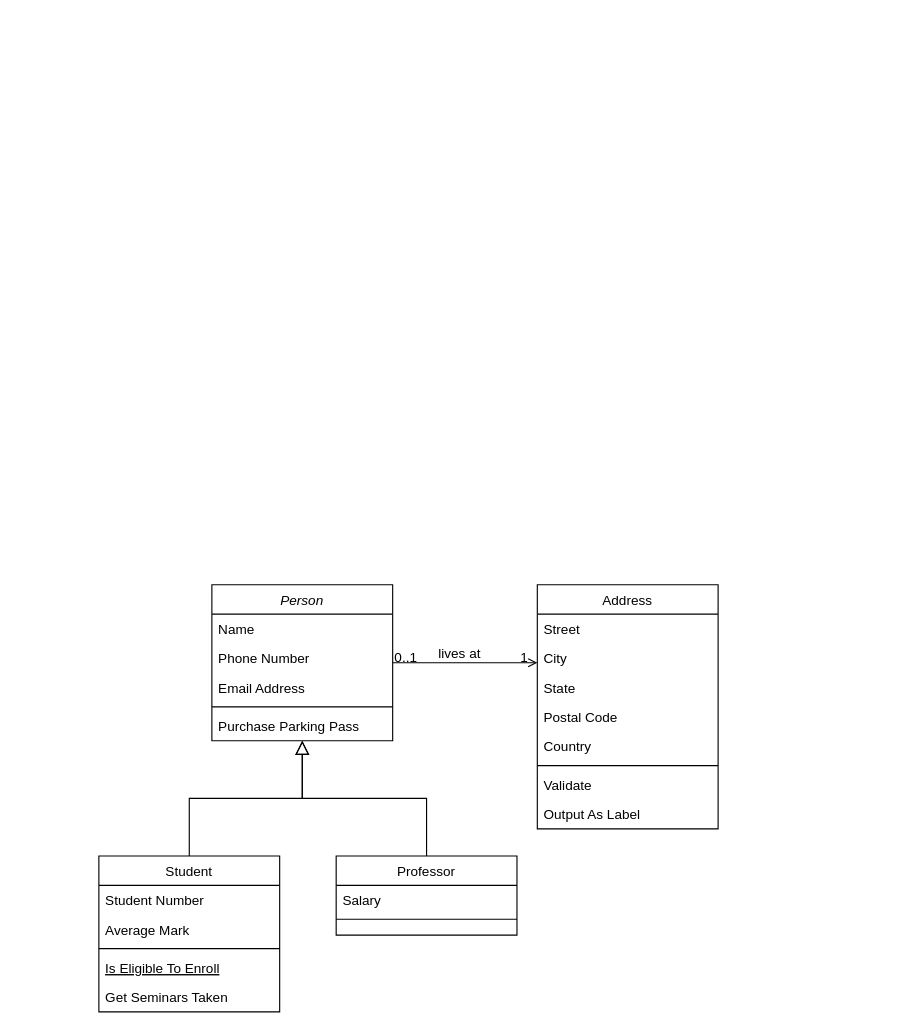
AlterCh/recetario keeps this draw.io diagram as src/Untitled Diagram.drawio. Above is the earlier version. Source tidied: cells renumbered, new cells numbered last; positions are measured from the earlier drawing's top-left corner, leaving out a move shared by most shapes. Both pictures are drawn from the tidied source at 113%, with x=0, y=0 at pixel (98, 584).
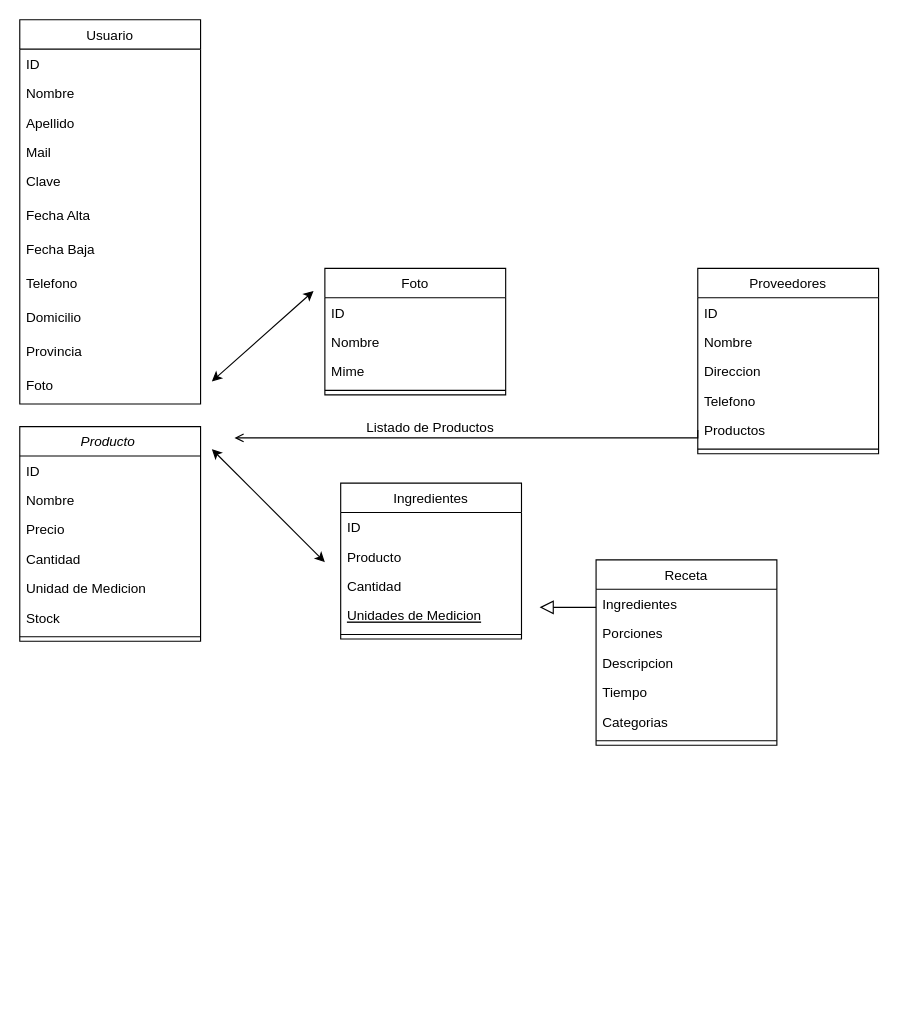
The same diagram, later.

Change to the diagram source:
```diff
@@
-    <mxCell id="2" value="Person" style="swimlane;fontStyle=2;align=center;verticalAlign=top;horizontal=1;startSize=26;rounded=0;shadow=0;strokeWidth=1;" parent="1" vertex="1">
-      <mxGeometry x="100" width="160" height="138" as="geometry" />
+    <mxCell id="2" value="Producto " style="swimlane;fontStyle=2;align=center;verticalAlign=top;horizontal=1;startSize=26;rounded=0;shadow=0;strokeWidth=1;" parent="1" vertex="1">
+      <mxGeometry x="-70" y="-140" width="160" height="190" as="geometry" />
     </mxCell>
-    <mxCell id="3" value="Name" style="text;align=left;verticalAlign=top;spacingLeft=4;spacingRight=4;overflow=hidden;" parent="2" vertex="1">
+    <mxCell id="3" value="ID" style="text;align=left;verticalAlign=top;spacingLeft=4;spacingRight=4;overflow=hidden;" parent="2" vertex="1">
       <mxGeometry y="26" width="160" height="26" as="geometry" />
     </mxCell>
-    <mxCell id="4" value="Phone Number" style="text;align=left;verticalAlign=top;spacingLeft=4;spacingRight=4;overflow=hidden;rounded=0;shadow=0;html=0;" parent="2" vertex="1">
+    <mxCell id="4" value="Nombre" style="text;align=left;verticalAlign=top;spacingLeft=4;spacingRight=4;overflow=hidden;rounded=0;shadow=0;html=0;" parent="2" vertex="1">
       <mxGeometry y="52" width="160" height="26" as="geometry" />
     </mxCell>
-    <mxCell id="5" value="Email Address" style="text;align=left;verticalAlign=top;spacingLeft=4;spacingRight=4;overflow=hidden;rounded=0;shadow=0;html=0;" parent="2" vertex="1">
+    <mxCell id="5" value="Precio" style="text;align=left;verticalAlign=top;spacingLeft=4;spacingRight=4;overflow=hidden;rounded=0;shadow=0;html=0;" parent="2" vertex="1">
       <mxGeometry y="78" width="160" height="26" as="geometry" />
     </mxCell>
+    <mxCell id="32" value="Cantidad" style="text;align=left;verticalAlign=top;spacingLeft=4;spacingRight=4;overflow=hidden;rounded=0;shadow=0;html=0;" parent="2" vertex="1">
+      <mxGeometry y="104" width="160" height="26" as="geometry" />
+    </mxCell>
+    <mxCell id="33" value="Unidad de Medicion" style="text;align=left;verticalAlign=top;spacingLeft=4;spacingRight=4;overflow=hidden;rounded=0;shadow=0;html=0;" parent="2" vertex="1">
+      <mxGeometry y="130" width="160" height="26" as="geometry" />
+    </mxCell>
+    <mxCell id="34" value="Stock" style="text;align=left;verticalAlign=top;spacingLeft=4;spacingRight=4;overflow=hidden;rounded=0;shadow=0;html=0;" parent="2" vertex="1">
+      <mxGeometry y="156" width="160" height="26" as="geometry" />
+    </mxCell>
     <mxCell id="6" style="line;html=1;strokeWidth=1;align=left;verticalAlign=middle;spacingTop=-1;spacingLeft=3;spacingRight=3;labelPosition=right;" parent="2" vertex="1">
-      <mxGeometry y="104" width="160" height="8" as="geometry" />
+      <mxGeometry y="182" width="160" height="8" as="geometry" />
     </mxCell>
-    <mxCell id="7" value="Purchase Parking Pass" style="text;align=left;verticalAlign=top;spacingLeft=4;spacingRight=4;overflow=hidden;" parent="2" vertex="1">
-      <mxGeometry y="112" width="160" height="26" as="geometry" />
-    </mxCell>
-    <mxCell id="8" value="Student" style="swimlane;fontStyle=0;align=center;verticalAlign=top;horizontal=1;startSize=26;rounded=0;shadow=0;strokeWidth=1;" parent="1" vertex="1">
-      <mxGeometry y="240" width="160" height="138" as="geometry" />
+    <mxCell id="8" value="Ingredientes" style="swimlane;fontStyle=0;align=center;verticalAlign=top;horizontal=1;startSize=26;rounded=0;shadow=0;strokeWidth=1;" parent="1" vertex="1">
+      <mxGeometry x="214" y="-90" width="160" height="138" as="geometry" />
     </mxCell>
-    <mxCell id="9" value="Student Number" style="text;align=left;verticalAlign=top;spacingLeft=4;spacingRight=4;overflow=hidden;" parent="8" vertex="1">
+    <mxCell id="9" value="ID&#10;" style="text;align=left;verticalAlign=top;spacingLeft=4;spacingRight=4;overflow=hidden;" parent="8" vertex="1">
       <mxGeometry y="26" width="160" height="26" as="geometry" />
     </mxCell>
-    <mxCell id="10" value="Average Mark" style="text;align=left;verticalAlign=top;spacingLeft=4;spacingRight=4;overflow=hidden;rounded=0;shadow=0;html=0;" parent="8" vertex="1">
+    <mxCell id="10" value="Producto" style="text;align=left;verticalAlign=top;spacingLeft=4;spacingRight=4;overflow=hidden;rounded=0;shadow=0;html=0;" parent="8" vertex="1">
       <mxGeometry y="52" width="160" height="26" as="geometry" />
     </mxCell>
+    <mxCell id="13" value="Cantidad" style="text;align=left;verticalAlign=top;spacingLeft=4;spacingRight=4;overflow=hidden;" parent="8" vertex="1">
+      <mxGeometry y="78" width="160" height="26" as="geometry" />
+    </mxCell>
+    <mxCell id="12" value="Unidades de Medicion" style="text;align=left;verticalAlign=top;spacingLeft=4;spacingRight=4;overflow=hidden;fontStyle=4;" parent="8" vertex="1">
+      <mxGeometry y="104" width="160" height="26" as="geometry" />
+    </mxCell>
     <mxCell id="11" style="line;html=1;strokeWidth=1;align=left;verticalAlign=middle;spacingTop=-1;spacingLeft=3;spacingRight=3;labelPosition=right;" parent="8" vertex="1">
-      <mxGeometry y="78" width="160" height="8" as="geometry" />
+      <mxGeometry y="130" width="160" height="8" as="geometry" />
     </mxCell>
-    <mxCell id="12" value="Is Eligible To Enroll" style="text;align=left;verticalAlign=top;spacingLeft=4;spacingRight=4;overflow=hidden;fontStyle=4;" parent="8" vertex="1">
-      <mxGeometry y="86" width="160" height="26" as="geometry" />
-    </mxCell>
-    <mxCell id="13" value="Get Seminars Taken" style="text;align=left;verticalAlign=top;spacingLeft=4;spacingRight=4;overflow=hidden;" parent="8" vertex="1">
-      <mxGeometry y="112" width="160" height="26" as="geometry" />
-    </mxCell>
-    <mxCell id="14" style="endArrow=block;endSize=10;endFill=0;shadow=0;strokeWidth=1;rounded=0;edgeStyle=elbowEdgeStyle;elbow=vertical;" parent="1" edge="1" source="8" target="2">
-      <mxGeometry relative="1" as="geometry" />
-    </mxCell>
-    <mxCell id="15" value="Professor" style="swimlane;fontStyle=0;align=center;verticalAlign=top;horizontal=1;startSize=26;rounded=0;shadow=0;strokeWidth=1;" parent="1" vertex="1">
-      <mxGeometry x="210" y="240" width="160" height="70" as="geometry" />
+    <mxCell id="15" value="Receta" style="swimlane;fontStyle=0;align=center;verticalAlign=top;horizontal=1;startSize=26;rounded=0;shadow=0;strokeWidth=1;" parent="1" vertex="1">
+      <mxGeometry x="440" y="-22" width="160" height="164" as="geometry" />
     </mxCell>
-    <mxCell id="16" value="Salary" style="text;align=left;verticalAlign=top;spacingLeft=4;spacingRight=4;overflow=hidden;" parent="15" vertex="1">
+    <mxCell id="16" value="Ingredientes" style="text;align=left;verticalAlign=top;spacingLeft=4;spacingRight=4;overflow=hidden;" parent="15" vertex="1">
       <mxGeometry y="26" width="160" height="26" as="geometry" />
     </mxCell>
+    <mxCell id="35" value="Porciones" style="text;align=left;verticalAlign=top;spacingLeft=4;spacingRight=4;overflow=hidden;" parent="15" vertex="1">
+      <mxGeometry y="52" width="160" height="26" as="geometry" />
+    </mxCell>
+    <mxCell id="36" value="Descripcion" style="text;align=left;verticalAlign=top;spacingLeft=4;spacingRight=4;overflow=hidden;" parent="15" vertex="1">
+      <mxGeometry y="78" width="160" height="26" as="geometry" />
+    </mxCell>
+    <mxCell id="37" value="Tiempo" style="text;align=left;verticalAlign=top;spacingLeft=4;spacingRight=4;overflow=hidden;" parent="15" vertex="1">
+      <mxGeometry y="104" width="160" height="26" as="geometry" />
+    </mxCell>
+    <mxCell id="38" value="Categorias" style="text;align=left;verticalAlign=top;spacingLeft=4;spacingRight=4;overflow=hidden;" parent="15" vertex="1">
+      <mxGeometry y="130" width="160" height="26" as="geometry" />
+    </mxCell>
     <mxCell id="17" style="line;html=1;strokeWidth=1;align=left;verticalAlign=middle;spacingTop=-1;spacingLeft=3;spacingRight=3;labelPosition=right;" parent="15" vertex="1">
-      <mxGeometry y="52" width="160" height="8" as="geometry" />
+      <mxGeometry y="156" width="160" height="8" as="geometry" />
     </mxCell>
-    <mxCell id="18" style="endArrow=block;endSize=10;endFill=0;shadow=0;strokeWidth=1;rounded=0;edgeStyle=elbowEdgeStyle;elbow=vertical;" parent="1" edge="1" source="15" target="2">
-      <mxGeometry relative="1" as="geometry" />
+    <mxCell id="18" style="endArrow=block;endSize=10;endFill=0;shadow=0;strokeWidth=1;rounded=0;edgeStyle=elbowEdgeStyle;elbow=vertical;" parent="1" edge="1" source="15">
+      <mxGeometry relative="1" as="geometry">
+        <mxPoint x="390" y="20" as="targetPoint" />
+      </mxGeometry>
     </mxCell>
-    <mxCell id="19" value="Address" style="swimlane;fontStyle=0;align=center;verticalAlign=top;horizontal=1;startSize=26;rounded=0;shadow=0;strokeWidth=1;" parent="1" vertex="1">
-      <mxGeometry x="388" width="160" height="216" as="geometry" />
+    <mxCell id="19" value="Proveedores" style="swimlane;fontStyle=0;align=center;verticalAlign=top;horizontal=1;startSize=26;rounded=0;shadow=0;strokeWidth=1;" parent="1" vertex="1">
+      <mxGeometry x="530" y="-280" width="160" height="164" as="geometry" />
     </mxCell>
-    <mxCell id="20" value="Street" style="text;align=left;verticalAlign=top;spacingLeft=4;spacingRight=4;overflow=hidden;" parent="19" vertex="1">
+    <mxCell id="20" value="ID" style="text;align=left;verticalAlign=top;spacingLeft=4;spacingRight=4;overflow=hidden;" parent="19" vertex="1">
       <mxGeometry y="26" width="160" height="26" as="geometry" />
     </mxCell>
-    <mxCell id="21" value="City" style="text;align=left;verticalAlign=top;spacingLeft=4;spacingRight=4;overflow=hidden;rounded=0;shadow=0;html=0;" parent="19" vertex="1">
+    <mxCell id="21" value="Nombre" style="text;align=left;verticalAlign=top;spacingLeft=4;spacingRight=4;overflow=hidden;rounded=0;shadow=0;html=0;" parent="19" vertex="1">
       <mxGeometry y="52" width="160" height="26" as="geometry" />
     </mxCell>
-    <mxCell id="22" value="State" style="text;align=left;verticalAlign=top;spacingLeft=4;spacingRight=4;overflow=hidden;rounded=0;shadow=0;html=0;" parent="19" vertex="1">
+    <mxCell id="22" value="Direccion" style="text;align=left;verticalAlign=top;spacingLeft=4;spacingRight=4;overflow=hidden;rounded=0;shadow=0;html=0;" parent="19" vertex="1">
       <mxGeometry y="78" width="160" height="26" as="geometry" />
     </mxCell>
-    <mxCell id="23" value="Postal Code" style="text;align=left;verticalAlign=top;spacingLeft=4;spacingRight=4;overflow=hidden;rounded=0;shadow=0;html=0;" parent="19" vertex="1">
+    <mxCell id="23" value="Telefono" style="text;align=left;verticalAlign=top;spacingLeft=4;spacingRight=4;overflow=hidden;rounded=0;shadow=0;html=0;" parent="19" vertex="1">
       <mxGeometry y="104" width="160" height="26" as="geometry" />
     </mxCell>
-    <mxCell id="24" value="Country" style="text;align=left;verticalAlign=top;spacingLeft=4;spacingRight=4;overflow=hidden;points=[[0,0.5],[1,0.5]];portConstraint=eastwest;rounded=0;shadow=0;html=0;" parent="19" vertex="1">
+    <mxCell id="24" value="Productos" style="text;align=left;verticalAlign=top;spacingLeft=4;spacingRight=4;overflow=hidden;points=[[0,0.5],[1,0.5]];portConstraint=eastwest;rounded=0;shadow=0;html=0;" parent="19" vertex="1">
       <mxGeometry y="130" width="160" height="26" as="geometry" />
     </mxCell>
@@
-    <mxCell id="26" value="Validate" style="text;align=left;verticalAlign=top;spacingLeft=4;spacingRight=4;overflow=hidden;" parent="19" vertex="1">
-      <mxGeometry y="164" width="160" height="26" as="geometry" />
-    </mxCell>
-    <mxCell id="27" value="Output As Label" style="text;align=left;verticalAlign=top;spacingLeft=4;spacingRight=4;overflow=hidden;" parent="19" vertex="1">
-      <mxGeometry y="190" width="160" height="26" as="geometry" />
-    </mxCell>
-    <mxCell id="28" style="endArrow=open;shadow=0;strokeWidth=1;rounded=0;endFill=1;edgeStyle=elbowEdgeStyle;elbow=vertical;" parent="1" edge="1" source="2" target="19">
+    <mxCell id="28" style="endArrow=open;shadow=0;strokeWidth=1;rounded=0;endFill=1;edgeStyle=elbowEdgeStyle;elbow=vertical;exitX=0;exitY=0.5;exitDx=0;exitDy=0;" parent="1" edge="1" source="24">
       <mxGeometry x="0.5" y="41" relative="1" as="geometry">
+        <mxPoint x="120" y="-130" as="targetPoint" />
+        <Array as="points">
+          <mxPoint x="60" y="-130" />
+          <mxPoint x="320" y="-137" />
+          <mxPoint x="320" y="-120" />
+          <mxPoint x="240" y="-130" />
+          <mxPoint x="320" y="-50" />
+          <mxPoint x="420" y="100" />
+        </Array>
         <mxPoint x="-40" y="32" as="offset" />
       </mxGeometry>
     </mxCell>
-    <mxCell id="29" value="0..1" style="align=left;verticalAlign=bottom;labelBackgroundColor=none;fontSize=12;" parent="28" vertex="1">
-      <mxGeometry x="-1" relative="1" as="geometry">
-        <mxPoint y="4" as="offset" />
-      </mxGeometry>
-    </mxCell>
-    <mxCell id="30" value="1" style="align=right;verticalAlign=bottom;labelBackgroundColor=none;fontSize=12;" parent="28" vertex="1">
-      <mxGeometry x="1" relative="1" as="geometry">
-        <mxPoint x="-7" y="4" as="offset" />
-      </mxGeometry>
-    </mxCell>
-    <mxCell id="31" value="lives at" style="text;html=1;align=center;verticalAlign=middle;labelBackgroundColor=none;rounded=0;shadow=0;strokeWidth=1;fontSize=12;" parent="28" vertex="1">
+    <mxCell id="31" value="Listado de Productos" style="text;html=1;align=center;verticalAlign=middle;labelBackgroundColor=none;rounded=0;shadow=0;strokeWidth=1;fontSize=12;" parent="28" vertex="1">
       <mxGeometry x="0.5" y="49" relative="1" as="geometry">
-        <mxPoint x="-38" y="40" as="offset" />
+        <mxPoint x="68" y="-59" as="offset" />
       </mxGeometry>
     </mxCell>
+    <mxCell id="39" style="endArrow=classic;startArrow=classic;html=1;rounded=0;" parent="1" edge="1">
+      <mxGeometry relative="1" as="geometry">
+        <mxPoint x="200" y="-20" as="sourcePoint" />
+        <mxPoint x="100" y="-120" as="targetPoint" />
+      </mxGeometry>
+    </mxCell>
+    <mxCell id="40" value="Usuario" style="swimlane;fontStyle=0;align=center;verticalAlign=top;horizontal=1;startSize=26;rounded=0;shadow=0;strokeWidth=1;" parent="1" vertex="1">
+      <mxGeometry x="-70" y="-500" width="160" height="340" as="geometry" />
+    </mxCell>
+    <mxCell id="41" value="ID" style="text;align=left;verticalAlign=top;spacingLeft=4;spacingRight=4;overflow=hidden;" parent="40" vertex="1">
+      <mxGeometry y="26" width="160" height="26" as="geometry" />
+    </mxCell>
+    <mxCell id="42" value="Nombre" style="text;align=left;verticalAlign=top;spacingLeft=4;spacingRight=4;overflow=hidden;" parent="40" vertex="1">
+      <mxGeometry y="52" width="160" height="26" as="geometry" />
+    </mxCell>
+    <mxCell id="43" value="Apellido" style="text;align=left;verticalAlign=top;spacingLeft=4;spacingRight=4;overflow=hidden;" parent="40" vertex="1">
+      <mxGeometry y="78" width="160" height="26" as="geometry" />
+    </mxCell>
+    <mxCell id="44" value="Mail" style="text;align=left;verticalAlign=top;spacingLeft=4;spacingRight=4;overflow=hidden;" parent="40" vertex="1">
+      <mxGeometry y="104" width="160" height="26" as="geometry" />
+    </mxCell>
+    <mxCell id="45" value="Clave" style="text;align=left;verticalAlign=top;spacingLeft=4;spacingRight=4;overflow=hidden;" parent="40" vertex="1">
+      <mxGeometry y="130" width="160" height="30" as="geometry" />
+    </mxCell>
+    <mxCell id="46" value="Fecha Alta" style="text;align=left;verticalAlign=top;spacingLeft=4;spacingRight=4;overflow=hidden;" parent="40" vertex="1">
+      <mxGeometry y="160" width="160" height="30" as="geometry" />
+    </mxCell>
+    <mxCell id="47" value="Fecha Baja" style="text;align=left;verticalAlign=top;spacingLeft=4;spacingRight=4;overflow=hidden;" parent="40" vertex="1">
+      <mxGeometry y="190" width="160" height="30" as="geometry" />
+    </mxCell>
+    <mxCell id="48" value="Telefono" style="text;align=left;verticalAlign=top;spacingLeft=4;spacingRight=4;overflow=hidden;" parent="40" vertex="1">
+      <mxGeometry y="220" width="160" height="30" as="geometry" />
+    </mxCell>
+    <mxCell id="49" value="Domicilio" style="text;align=left;verticalAlign=top;spacingLeft=4;spacingRight=4;overflow=hidden;" parent="40" vertex="1">
+      <mxGeometry y="250" width="160" height="30" as="geometry" />
+    </mxCell>
+    <mxCell id="50" value="Provincia" style="text;align=left;verticalAlign=top;spacingLeft=4;spacingRight=4;overflow=hidden;" parent="40" vertex="1">
+      <mxGeometry y="280" width="160" height="30" as="geometry" />
+    </mxCell>
+    <mxCell id="51" value="Foto" style="text;align=left;verticalAlign=top;spacingLeft=4;spacingRight=4;overflow=hidden;" parent="40" vertex="1">
+      <mxGeometry y="310" width="160" height="30" as="geometry" />
+    </mxCell>
+    <mxCell id="52" value="Foto" style="swimlane;fontStyle=0;align=center;verticalAlign=top;horizontal=1;startSize=26;rounded=0;shadow=0;strokeWidth=1;" parent="1" vertex="1">
+      <mxGeometry x="200" y="-280" width="160" height="112" as="geometry" />
+    </mxCell>
+    <mxCell id="53" value="ID&#10;" style="text;align=left;verticalAlign=top;spacingLeft=4;spacingRight=4;overflow=hidden;" parent="52" vertex="1">
+      <mxGeometry y="26" width="160" height="26" as="geometry" />
+    </mxCell>
+    <mxCell id="54" value="Nombre" style="text;align=left;verticalAlign=top;spacingLeft=4;spacingRight=4;overflow=hidden;rounded=0;shadow=0;html=0;" parent="52" vertex="1">
+      <mxGeometry y="52" width="160" height="26" as="geometry" />
+    </mxCell>
+    <mxCell id="55" value="Mime" style="text;align=left;verticalAlign=top;spacingLeft=4;spacingRight=4;overflow=hidden;" parent="52" vertex="1">
+      <mxGeometry y="78" width="160" height="26" as="geometry" />
+    </mxCell>
+    <mxCell id="56" style="line;html=1;strokeWidth=1;align=left;verticalAlign=middle;spacingTop=-1;spacingLeft=3;spacingRight=3;labelPosition=right;" parent="52" vertex="1">
+      <mxGeometry y="104" width="160" height="8" as="geometry" />
+    </mxCell>
+    <mxCell id="57" style="endArrow=classic;startArrow=classic;html=1;rounded=0;" parent="1" edge="1">
+      <mxGeometry relative="1" as="geometry">
+        <mxPoint x="190" y="-260" as="sourcePoint" />
+        <mxPoint x="100" y="-180" as="targetPoint" />
+      </mxGeometry>
+    </mxCell>
```
